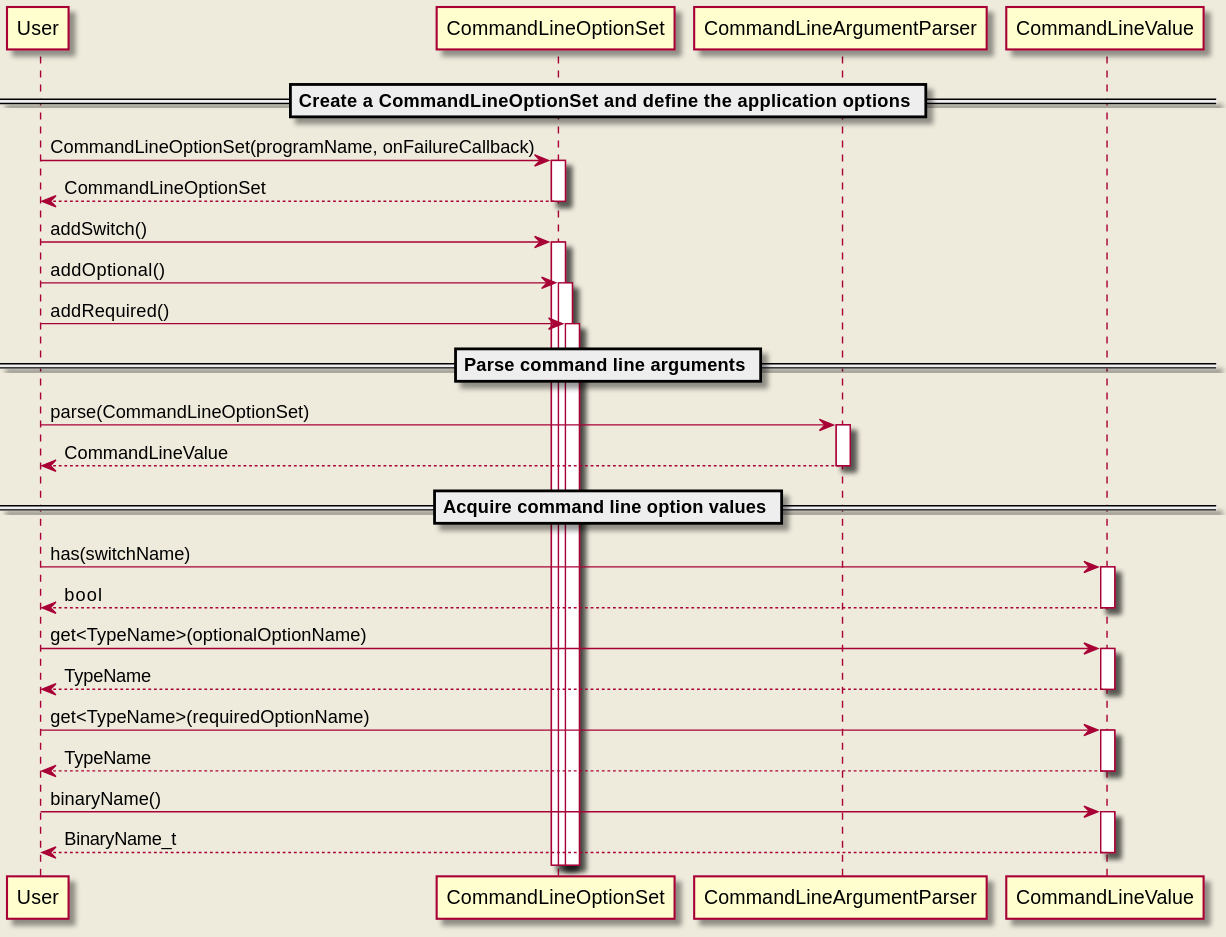
Above: doc/website/images/command_line_parser_usage.svg in eclipse-iceoryx/iceoryx (PlantUML), before the change. Its source is kept beside it as doc/design/diagrams/command_line_parser/command_line_parser_usage.puml. Source of this version:
```plantuml
@startuml

== Create a CommandLineOptionSet and define the application options ==

User -> CommandLineOptionSet ++ : CommandLineOptionSet(programName, onFailureCallback)
return CommandLineOptionSet

User -> CommandLineOptionSet ++ : addSwitch()

User -> CommandLineOptionSet ++ : addOptional()

User -> CommandLineOptionSet ++ : addRequired()

== Parse command line arguments ==

User -> CommandLineArgumentParser ++ : parse(CommandLineOptionSet)
return CommandLineValue

== Acquire command line option values ==

User -> CommandLineValue ++ : has(switchName)
return bool

User -> CommandLineValue ++ : get<TypeName>(optionalOptionName)
return TypeName

User -> CommandLineValue ++ : get<TypeName>(requiredOptionName)
return TypeName

User -> CommandLineValue ++ : binaryName()
return BinaryName_t

@enduml
```
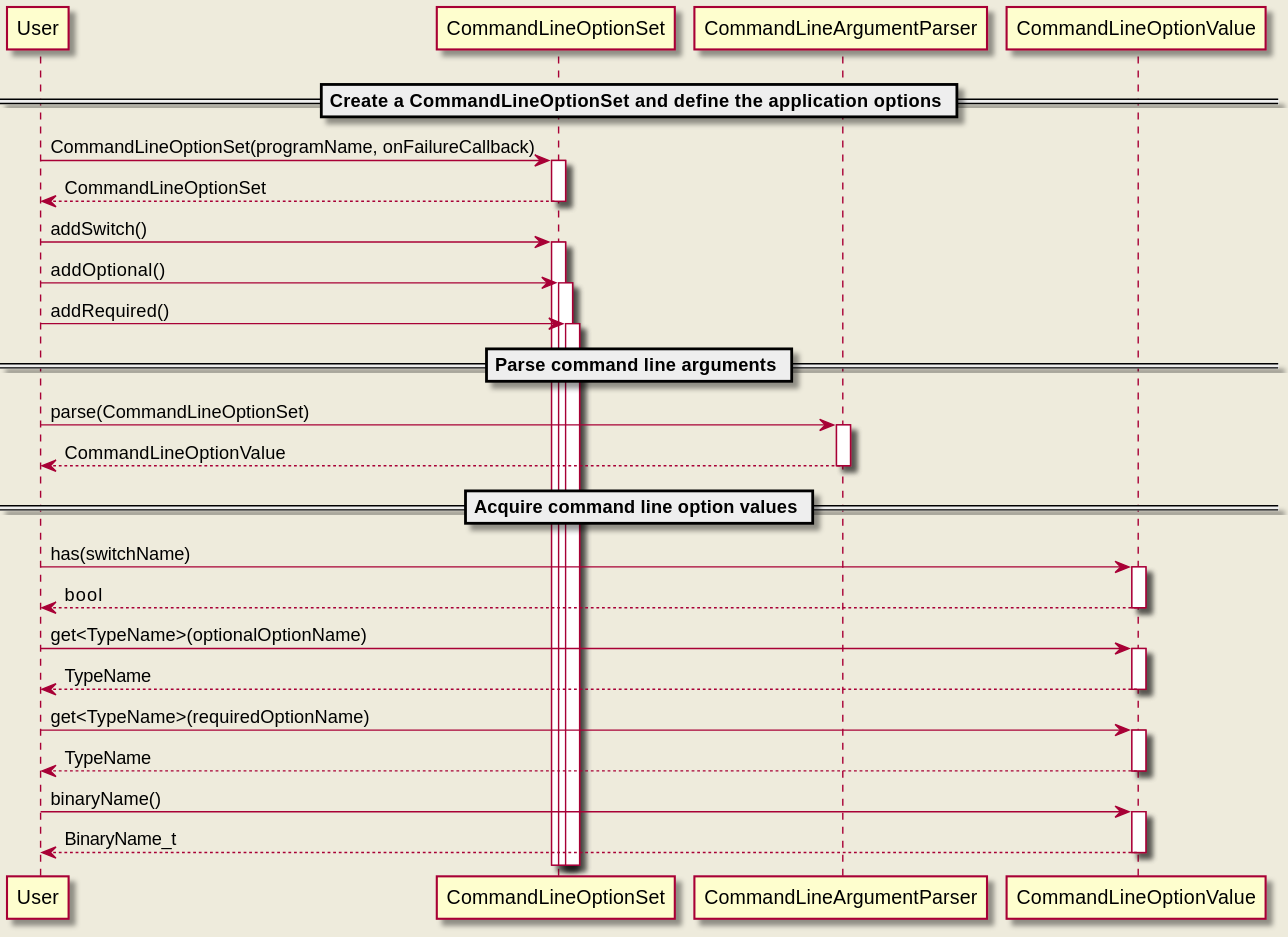
After the change.

What changed in the source:
```diff
@@ -14,20 +14,20 @@
 == Parse command line arguments ==
 
 User -> CommandLineArgumentParser ++ : parse(CommandLineOptionSet)
-return CommandLineValue
+return CommandLineOptionValue
 
 == Acquire command line option values ==
 
-User -> CommandLineValue ++ : has(switchName)
+User -> CommandLineOptionValue ++ : has(switchName)
 return bool
 
-User -> CommandLineValue ++ : get<TypeName>(optionalOptionName)
+User -> CommandLineOptionValue ++ : get<TypeName>(optionalOptionName)
 return TypeName
 
-User -> CommandLineValue ++ : get<TypeName>(requiredOptionName)
+User -> CommandLineOptionValue ++ : get<TypeName>(requiredOptionName)
 return TypeName
 
-User -> CommandLineValue ++ : binaryName()
+User -> CommandLineOptionValue ++ : binaryName()
 return BinaryName_t
 
 @enduml
```
